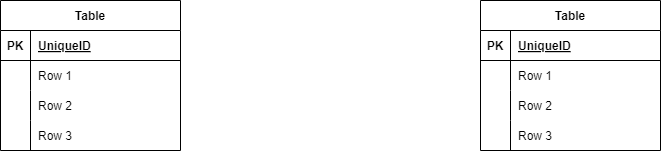
Before: AS_2024_2025/5A-Informatica/cs02pag188/1.0/docs/er.drawio.png, a diagram exported from draw.io (CescoP81/GalileiOstiglia). Source tidied: cells renumbered, new cells last; positions are measured from the earlier drawing's top-left corner, leaving out a move shared by most shapes.
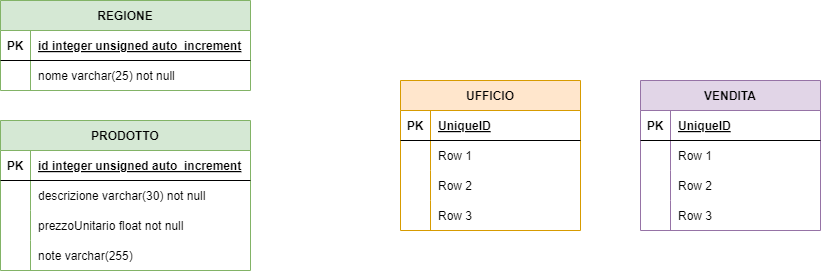
After the commit.

What changed in the source:
```diff
@@ -2,47 +2,29 @@
   <root>
     <mxCell id="0" />
     <mxCell id="1" parent="0" />
-    <mxCell id="2" value="Table" style="shape=table;startSize=30;rowLines=0;fontStyle=1;align=center;" parent="1" vertex="1">
-      <mxGeometry width="180" height="150" as="geometry" />
+    <mxCell id="2" value="REGIONE" style="shape=table;startSize=30;rowLines=0;fontStyle=1;align=center;fillColor=#d5e8d4;strokeColor=#82b366;" parent="1" vertex="1">
+      <mxGeometry width="250" height="90" as="geometry" />
     </mxCell>
     <mxCell id="3" style="shape=tableRow;horizontal=0;startSize=0;swimlaneHead=0;swimlaneBody=0;fillColor=none;top=0;left=0;right=0;bottom=1;" parent="2" vertex="1">
-      <mxGeometry y="30" width="180" height="30" as="geometry" />
+      <mxGeometry y="30" width="250" height="30" as="geometry" />
     </mxCell>
     <mxCell id="4" value="PK" style="shape=partialRectangle;fillColor=none;top=0;left=0;bottom=0;right=0;fontStyle=1;overflow=hidden;" parent="3" vertex="1">
       <mxGeometry width="30" height="30" as="geometry" />
     </mxCell>
-    <mxCell id="5" value="UniqueID" style="shape=partialRectangle;fillColor=none;top=0;left=0;bottom=0;right=0;align=left;spacingLeft=6;fontStyle=5;overflow=hidden;" parent="3" vertex="1">
-      <mxGeometry x="30" width="150" height="30" as="geometry" />
+    <mxCell id="5" value="id integer unsigned auto_increment" style="shape=partialRectangle;fillColor=none;top=0;left=0;bottom=0;right=0;align=left;spacingLeft=6;fontStyle=5;overflow=hidden;" parent="3" vertex="1">
+      <mxGeometry x="30" width="220" height="30" as="geometry" />
     </mxCell>
     <mxCell id="6" style="shape=tableRow;horizontal=0;startSize=0;swimlaneHead=0;swimlaneBody=0;fillColor=none;top=0;left=0;right=0;bottom=0;" parent="2" vertex="1">
-      <mxGeometry y="60" width="180" height="30" as="geometry" />
+      <mxGeometry y="60" width="250" height="30" as="geometry" />
     </mxCell>
     <mxCell id="7" style="shape=partialRectangle;fillColor=none;top=0;left=0;bottom=0;right=0;overflow=hidden;" parent="6" vertex="1">
       <mxGeometry width="30" height="30" as="geometry" />
     </mxCell>
-    <mxCell id="8" value="Row 1" style="shape=partialRectangle;fillColor=none;top=0;left=0;bottom=0;right=0;align=left;spacingLeft=6;overflow=hidden;" parent="6" vertex="1">
-      <mxGeometry x="30" width="150" height="30" as="geometry" />
+    <mxCell id="8" value="nome varchar(25) not null" style="shape=partialRectangle;fillColor=none;top=0;left=0;bottom=0;right=0;align=left;spacingLeft=6;overflow=hidden;" parent="6" vertex="1">
+      <mxGeometry x="30" width="220" height="30" as="geometry" />
     </mxCell>
-    <mxCell id="9" style="shape=tableRow;horizontal=0;startSize=0;swimlaneHead=0;swimlaneBody=0;fillColor=none;top=0;left=0;right=0;bottom=0;" parent="2" vertex="1">
-      <mxGeometry y="90" width="180" height="30" as="geometry" />
-    </mxCell>
-    <mxCell id="10" style="shape=partialRectangle;fillColor=none;top=0;left=0;bottom=0;right=0;overflow=hidden;" parent="9" vertex="1">
-      <mxGeometry width="30" height="30" as="geometry" />
-    </mxCell>
-    <mxCell id="11" value="Row 2" style="shape=partialRectangle;fillColor=none;top=0;left=0;bottom=0;right=0;align=left;spacingLeft=6;overflow=hidden;" parent="9" vertex="1">
-      <mxGeometry x="30" width="150" height="30" as="geometry" />
-    </mxCell>
-    <mxCell id="12" style="shape=tableRow;horizontal=0;startSize=0;swimlaneHead=0;swimlaneBody=0;fillColor=none;top=0;left=0;right=0;bottom=0;" parent="2" vertex="1">
-      <mxGeometry y="120" width="180" height="30" as="geometry" />
-    </mxCell>
-    <mxCell id="13" style="shape=partialRectangle;fillColor=none;top=0;left=0;bottom=0;right=0;overflow=hidden;" parent="12" vertex="1">
-      <mxGeometry width="30" height="30" as="geometry" />
-    </mxCell>
-    <mxCell id="14" value="Row 3" style="shape=partialRectangle;fillColor=none;top=0;left=0;bottom=0;right=0;align=left;spacingLeft=6;overflow=hidden;" parent="12" vertex="1">
-      <mxGeometry x="30" width="150" height="30" as="geometry" />
-    </mxCell>
-    <mxCell id="15" value="Table" style="shape=table;startSize=30;rowLines=0;fontStyle=1;align=center;" parent="1" vertex="1">
-      <mxGeometry x="480" width="180" height="150" as="geometry" />
+    <mxCell id="15" value="UFFICIO" style="shape=table;startSize=30;rowLines=0;fontStyle=1;align=center;fillColor=#ffe6cc;strokeColor=#d79b00;" parent="1" vertex="1">
+      <mxGeometry x="400" y="80" width="180" height="150" as="geometry" />
     </mxCell>
     <mxCell id="16" style="shape=tableRow;horizontal=0;startSize=0;swimlaneHead=0;swimlaneBody=0;fillColor=none;top=0;left=0;right=0;bottom=1;" parent="15" vertex="1">
       <mxGeometry y="30" width="180" height="30" as="geometry" />
@@ -80,5 +62,83 @@
     <mxCell id="27" value="Row 3" style="shape=partialRectangle;fillColor=none;top=0;left=0;bottom=0;right=0;align=left;spacingLeft=6;overflow=hidden;" parent="25" vertex="1">
       <mxGeometry x="30" width="150" height="30" as="geometry" />
     </mxCell>
+    <mxCell id="28" value="PRODOTTO" style="shape=table;startSize=30;rowLines=0;fontStyle=1;align=center;fillColor=#d5e8d4;strokeColor=#82b366;" parent="1" vertex="1">
+      <mxGeometry y="120" width="250" height="150" as="geometry" />
+    </mxCell>
+    <mxCell id="29" style="shape=tableRow;horizontal=0;startSize=0;swimlaneHead=0;swimlaneBody=0;fillColor=none;top=0;left=0;right=0;bottom=1;" parent="28" vertex="1">
+      <mxGeometry y="30" width="250" height="30" as="geometry" />
+    </mxCell>
+    <mxCell id="30" value="PK" style="shape=partialRectangle;fillColor=none;top=0;left=0;bottom=0;right=0;fontStyle=1;overflow=hidden;" parent="29" vertex="1">
+      <mxGeometry width="30" height="30" as="geometry" />
+    </mxCell>
+    <mxCell id="31" value="id integer unsigned auto_increment" style="shape=partialRectangle;fillColor=none;top=0;left=0;bottom=0;right=0;align=left;spacingLeft=6;fontStyle=5;overflow=hidden;" parent="29" vertex="1">
+      <mxGeometry x="30" width="220" height="30" as="geometry" />
+    </mxCell>
+    <mxCell id="32" style="shape=tableRow;horizontal=0;startSize=0;swimlaneHead=0;swimlaneBody=0;fillColor=none;top=0;left=0;right=0;bottom=0;" parent="28" vertex="1">
+      <mxGeometry y="60" width="250" height="30" as="geometry" />
+    </mxCell>
+    <mxCell id="33" style="shape=partialRectangle;fillColor=none;top=0;left=0;bottom=0;right=0;overflow=hidden;" parent="32" vertex="1">
+      <mxGeometry width="30" height="30" as="geometry" />
+    </mxCell>
+    <mxCell id="34" value="descrizione varchar(30) not null" style="shape=partialRectangle;fillColor=none;top=0;left=0;bottom=0;right=0;align=left;spacingLeft=6;overflow=hidden;" parent="32" vertex="1">
+      <mxGeometry x="30" width="220" height="30" as="geometry" />
+    </mxCell>
+    <mxCell id="35" style="shape=tableRow;horizontal=0;startSize=0;swimlaneHead=0;swimlaneBody=0;fillColor=none;top=0;left=0;right=0;bottom=0;" parent="28" vertex="1">
+      <mxGeometry y="90" width="250" height="30" as="geometry" />
+    </mxCell>
+    <mxCell id="36" style="shape=partialRectangle;fillColor=none;top=0;left=0;bottom=0;right=0;overflow=hidden;" parent="35" vertex="1">
+      <mxGeometry width="30" height="30" as="geometry" />
+    </mxCell>
+    <mxCell id="37" value="prezzoUnitario float not null" style="shape=partialRectangle;fillColor=none;top=0;left=0;bottom=0;right=0;align=left;spacingLeft=6;overflow=hidden;" parent="35" vertex="1">
+      <mxGeometry x="30" width="220" height="30" as="geometry" />
+    </mxCell>
+    <mxCell id="38" style="shape=tableRow;horizontal=0;startSize=0;swimlaneHead=0;swimlaneBody=0;fillColor=none;top=0;left=0;right=0;bottom=0;" parent="28" vertex="1">
+      <mxGeometry y="120" width="250" height="30" as="geometry" />
+    </mxCell>
+    <mxCell id="39" style="shape=partialRectangle;fillColor=none;top=0;left=0;bottom=0;right=0;overflow=hidden;" parent="38" vertex="1">
+      <mxGeometry width="30" height="30" as="geometry" />
+    </mxCell>
+    <mxCell id="40" value="note varchar(255)" style="shape=partialRectangle;fillColor=none;top=0;left=0;bottom=0;right=0;align=left;spacingLeft=6;overflow=hidden;" parent="38" vertex="1">
+      <mxGeometry x="30" width="220" height="30" as="geometry" />
+    </mxCell>
+    <mxCell id="41" value="VENDITA" style="shape=table;startSize=30;rowLines=0;fontStyle=1;align=center;fillColor=#e1d5e7;strokeColor=#9673a6;" parent="1" vertex="1">
+      <mxGeometry x="640" y="80" width="180" height="150" as="geometry" />
+    </mxCell>
+    <mxCell id="42" style="shape=tableRow;horizontal=0;startSize=0;swimlaneHead=0;swimlaneBody=0;fillColor=none;top=0;left=0;right=0;bottom=1;" parent="41" vertex="1">
+      <mxGeometry y="30" width="180" height="30" as="geometry" />
+    </mxCell>
+    <mxCell id="43" value="PK" style="shape=partialRectangle;fillColor=none;top=0;left=0;bottom=0;right=0;fontStyle=1;overflow=hidden;" parent="42" vertex="1">
+      <mxGeometry width="30" height="30" as="geometry" />
+    </mxCell>
+    <mxCell id="44" value="UniqueID" style="shape=partialRectangle;fillColor=none;top=0;left=0;bottom=0;right=0;align=left;spacingLeft=6;fontStyle=5;overflow=hidden;" parent="42" vertex="1">
+      <mxGeometry x="30" width="150" height="30" as="geometry" />
+    </mxCell>
+    <mxCell id="45" style="shape=tableRow;horizontal=0;startSize=0;swimlaneHead=0;swimlaneBody=0;fillColor=none;top=0;left=0;right=0;bottom=0;" parent="41" vertex="1">
+      <mxGeometry y="60" width="180" height="30" as="geometry" />
+    </mxCell>
+    <mxCell id="46" style="shape=partialRectangle;fillColor=none;top=0;left=0;bottom=0;right=0;overflow=hidden;" parent="45" vertex="1">
+      <mxGeometry width="30" height="30" as="geometry" />
+    </mxCell>
+    <mxCell id="47" value="Row 1" style="shape=partialRectangle;fillColor=none;top=0;left=0;bottom=0;right=0;align=left;spacingLeft=6;overflow=hidden;" parent="45" vertex="1">
+      <mxGeometry x="30" width="150" height="30" as="geometry" />
+    </mxCell>
+    <mxCell id="9" style="shape=tableRow;horizontal=0;startSize=0;swimlaneHead=0;swimlaneBody=0;fillColor=none;top=0;left=0;right=0;bottom=0;" parent="41" vertex="1">
+      <mxGeometry y="90" width="180" height="30" as="geometry" />
+    </mxCell>
+    <mxCell id="48" style="shape=partialRectangle;fillColor=none;top=0;left=0;bottom=0;right=0;overflow=hidden;" parent="9" vertex="1">
+      <mxGeometry width="30" height="30" as="geometry" />
+    </mxCell>
+    <mxCell id="11" value="Row 2" style="shape=partialRectangle;fillColor=none;top=0;left=0;bottom=0;right=0;align=left;spacingLeft=6;overflow=hidden;" parent="9" vertex="1">
+      <mxGeometry x="30" width="150" height="30" as="geometry" />
+    </mxCell>
+    <mxCell id="12" style="shape=tableRow;horizontal=0;startSize=0;swimlaneHead=0;swimlaneBody=0;fillColor=none;top=0;left=0;right=0;bottom=0;" parent="41" vertex="1">
+      <mxGeometry y="120" width="180" height="30" as="geometry" />
+    </mxCell>
+    <mxCell id="49" style="shape=partialRectangle;fillColor=none;top=0;left=0;bottom=0;right=0;overflow=hidden;" parent="12" vertex="1">
+      <mxGeometry width="30" height="30" as="geometry" />
+    </mxCell>
+    <mxCell id="14" value="Row 3" style="shape=partialRectangle;fillColor=none;top=0;left=0;bottom=0;right=0;align=left;spacingLeft=6;overflow=hidden;" parent="12" vertex="1">
+      <mxGeometry x="30" width="150" height="30" as="geometry" />
+    </mxCell>
   </root>
 </mxGraphModel>
```
